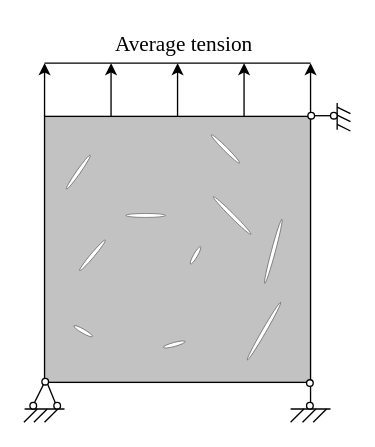
huapigudemilu/engineeringsoftware keeps this draw.io diagram as 结构.drawio. Above is the earlier version. Source tidied: cells renumbered, new cells numbered last; positions are measured from the earlier drawing's top-left corner, leaving out a move shared by most shapes. Both pictures are drawn from the tidied source at 133%, with x=0, y=0 at pixel (23, 23).
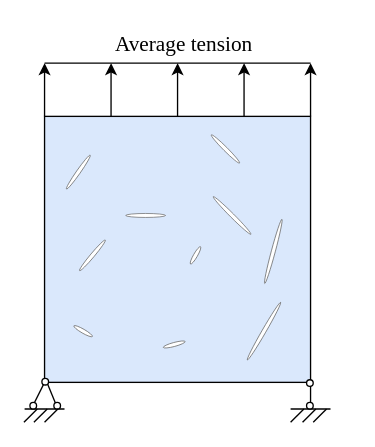
Above is the later version.

What changed in the source:
```diff
@@
-    <mxCell id="7" style="whiteSpace=wrap;html=1;fillColor=#C2C2C2;strokeColor=#000000;fontColor=#333333;" parent="1" vertex="1">
+    <mxCell id="7" style="whiteSpace=wrap;html=1;fillColor=#dae8fc;strokeColor=#000000;" parent="1" vertex="1">
       <mxGeometry x="16" y="70" width="200" height="200" as="geometry" />
     </mxCell>
@@
-    <mxCell id="18" style="endArrow=none;html=1;rounded=0;" parent="1" edge="1">
-      <mxGeometry relative="1" as="geometry">
-        <mxPoint x="236" y="80" as="sourcePoint" />
-        <mxPoint x="236" y="60" as="targetPoint" />
-      </mxGeometry>
-    </mxCell>
-    <mxCell id="19" style="ellipse;whiteSpace=wrap;html=1;" parent="1" vertex="1">
-      <mxGeometry x="214" y="67" width="5" height="5" as="geometry" />
-    </mxCell>
-    <mxCell id="20" style="ellipse;whiteSpace=wrap;html=1;" parent="1" vertex="1">
-      <mxGeometry x="231" y="67" width="5" height="5" as="geometry" />
-    </mxCell>
-    <mxCell id="21" style="endArrow=none;html=1;rounded=0;exitX=1;exitY=0.5;exitDx=0;exitDy=0;entryX=0;entryY=0.5;entryDx=0;entryDy=0;" parent="1" edge="1" source="19" target="20">
-      <mxGeometry relative="1" as="geometry" />
-    </mxCell>
-    <mxCell id="22" style="endArrow=none;html=1;rounded=0;" parent="1" edge="1">
-      <mxGeometry relative="1" as="geometry">
-        <mxPoint x="236" y="63" as="sourcePoint" />
-        <mxPoint x="246" y="68" as="targetPoint" />
-      </mxGeometry>
-    </mxCell>
-    <mxCell id="23" style="endArrow=none;html=1;rounded=0;" parent="1" edge="1">
-      <mxGeometry relative="1" as="geometry">
-        <mxPoint x="236" y="69" as="sourcePoint" />
-        <mxPoint x="246" y="74" as="targetPoint" />
-      </mxGeometry>
-    </mxCell>
-    <mxCell id="24" style="endArrow=none;html=1;rounded=0;" parent="1" edge="1">
-      <mxGeometry relative="1" as="geometry">
-        <mxPoint x="236" y="76" as="sourcePoint" />
-        <mxPoint x="246" y="81" as="targetPoint" />
-      </mxGeometry>
-    </mxCell>
```
